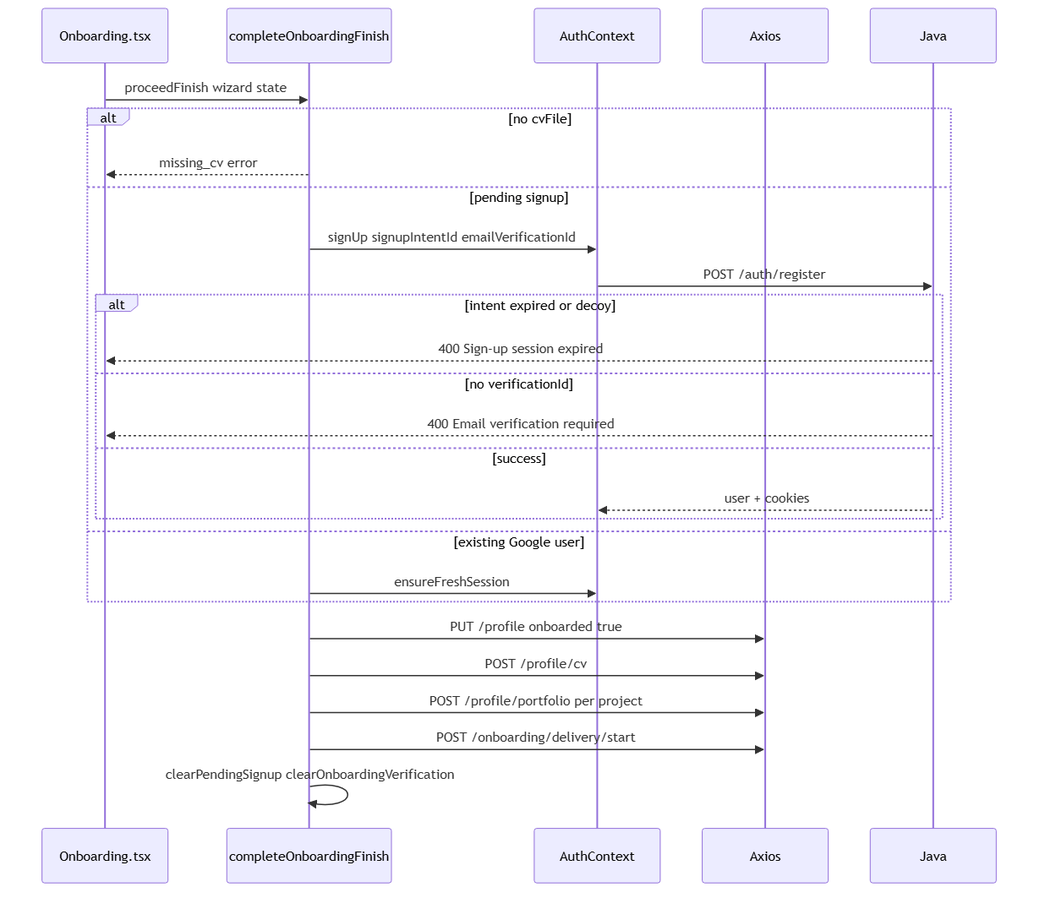
Earlier version of the Mermaid export pagesflow/signup-onboarding/diagrams/onboarding-phase5-finish.png (yugandharreddybana/NewCareers). Its source is kept beside it as pagesflow/signup-onboarding/diagrams/onboarding-phase5-finish.mmd. The source it was exported from:
```mermaid
sequenceDiagram
    participant Onb as Onboarding.tsx
    participant Finish as completeOnboardingFinish
    participant AuthContext
    participant Axios
    participant Java

    Onb->>Finish: proceedFinish wizard state
    alt no cvFile
        Finish-->>Onb: missing_cv error
    else pending signup
        Finish->>AuthContext: signUp signupIntentId emailVerificationId
        AuthContext->>Java: POST /auth/register
        alt intent expired or decoy
            Java-->>Onb: 400 Sign-up session expired
        else no verificationId
            Java-->>Onb: 400 Email verification required
        else success
            Java-->>AuthContext: user + cookies
        end
    else existing Google user
        Finish->>AuthContext: ensureFreshSession
    end
    Finish->>Axios: PUT /profile onboarded true
    Finish->>Axios: POST /profile/cv
    Finish->>Axios: POST /profile/portfolio per project
    Finish->>Axios: POST /onboarding/delivery/start
    Finish->>Finish: clearPendingSignup clearOnboardingVerification
```
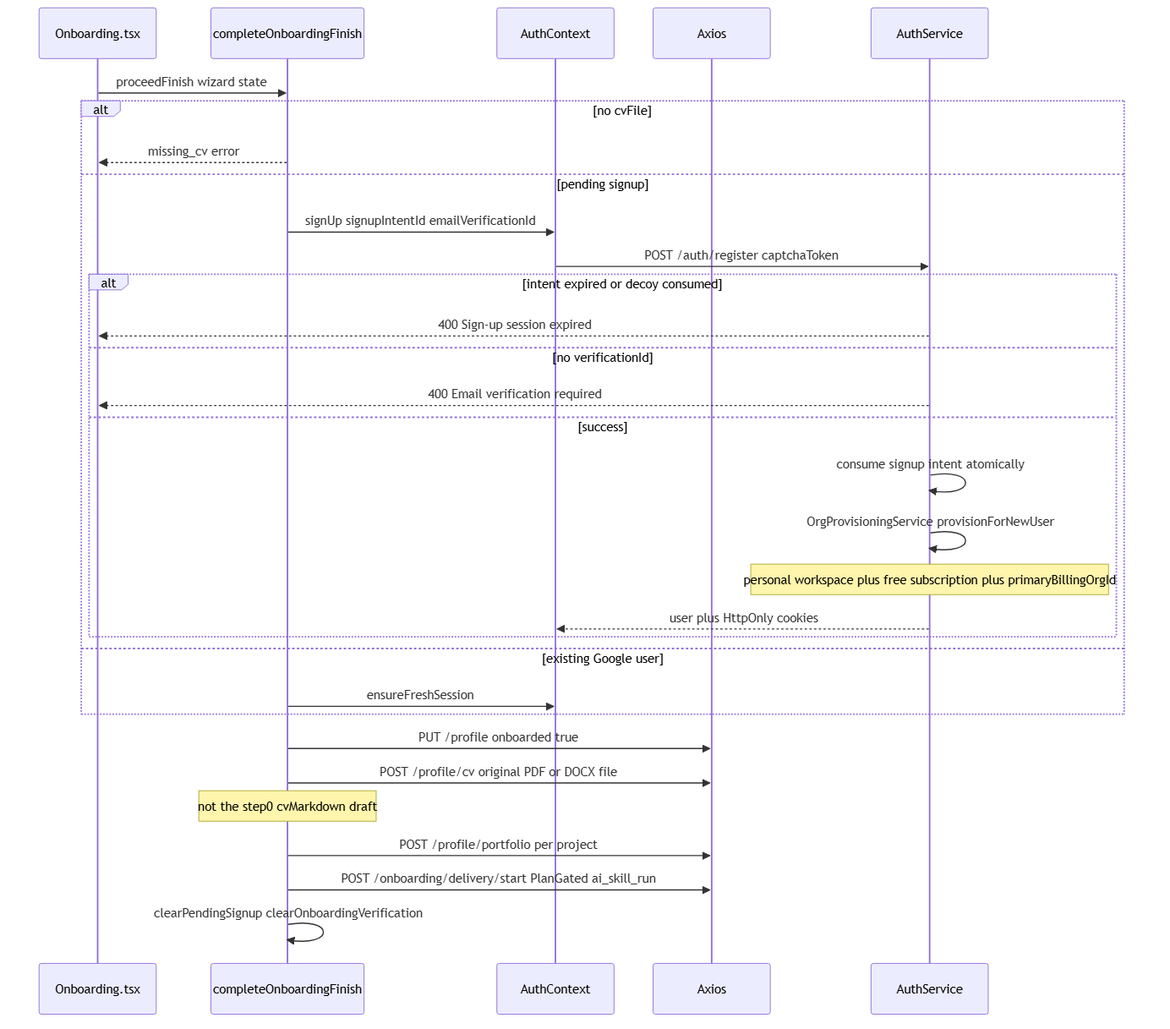
Above is the later version.

Diff of the diagram source:
```diff
@@ -3,26 +3,30 @@
     participant Finish as completeOnboardingFinish
     participant AuthContext
     participant Axios
-    participant Java
+    participant Java as AuthService
 
     Onb->>Finish: proceedFinish wizard state
     alt no cvFile
         Finish-->>Onb: missing_cv error
     else pending signup
         Finish->>AuthContext: signUp signupIntentId emailVerificationId
-        AuthContext->>Java: POST /auth/register
-        alt intent expired or decoy
+        AuthContext->>Java: POST /auth/register captchaToken
+        alt intent expired or decoy consumed
             Java-->>Onb: 400 Sign-up session expired
         else no verificationId
             Java-->>Onb: 400 Email verification required
         else success
-            Java-->>AuthContext: user + cookies
+            Java->>Java: consume signup intent atomically
+            Java->>Java: OrgProvisioningService provisionForNewUser
+            Note over Java: personal workspace plus free subscription plus primaryBillingOrgId
+            Java-->>AuthContext: user plus HttpOnly cookies
         end
     else existing Google user
         Finish->>AuthContext: ensureFreshSession
     end
     Finish->>Axios: PUT /profile onboarded true
-    Finish->>Axios: POST /profile/cv
+    Finish->>Axios: POST /profile/cv original PDF or DOCX file
+    Note over Finish: not the step0 cvMarkdown draft
     Finish->>Axios: POST /profile/portfolio per project
-    Finish->>Axios: POST /onboarding/delivery/start
+    Finish->>Axios: POST /onboarding/delivery/start PlanGated ai_skill_run
     Finish->>Finish: clearPendingSignup clearOnboardingVerification
```
